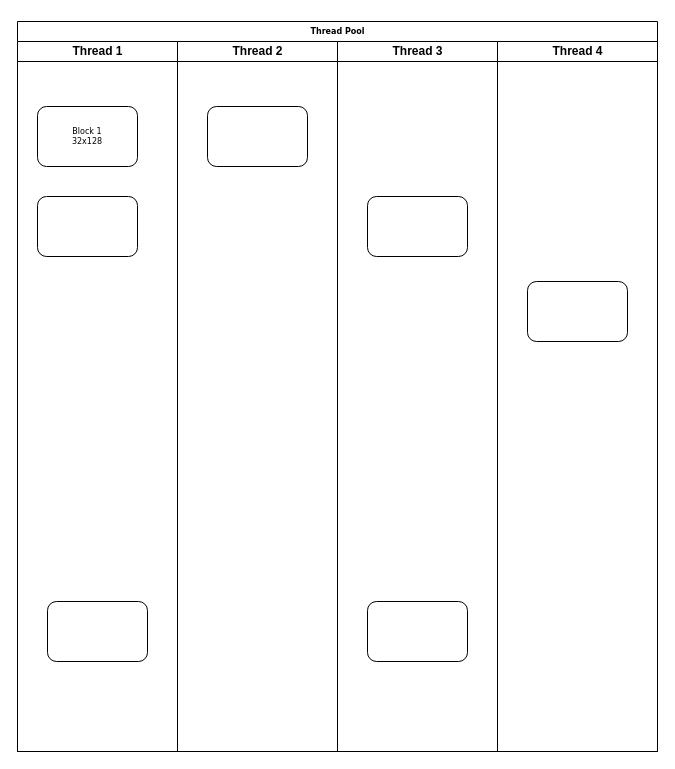
Above: img/未命名绘图.drawio in lxambulance/cloudimg (draw.io), before the change. Source tidied: cells renumbered, new cells numbered last; positions are measured from the earlier drawing's top-left corner, leaving out a move shared by most shapes. Both pictures are drawn from the tidied source at 100%, with x=0, y=0 at pixel (17, 21).
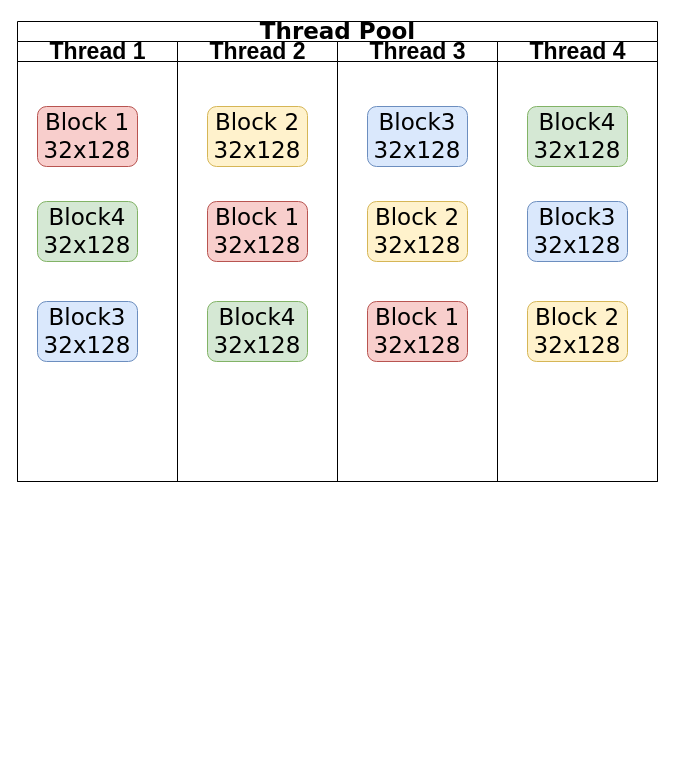
The same page after the edit.

Commit message (it also covers changes not shown here):
更新未命名绘图.drawio

The edit, as a diff of the source:
```diff
@@
-    <mxCell id="2" value="Thread Pool" style="swimlane;html=1;startSize=20;rounded=0;shadow=0;labelBackgroundColor=none;strokeWidth=1;fontFamily=Verdana;fontSize=8;align=center;" parent="1" vertex="1">
-      <mxGeometry width="640" height="730" as="geometry" />
+    <mxCell id="2" value="Thread Pool" style="swimlane;html=1;startSize=20;rounded=0;shadow=0;labelBackgroundColor=none;strokeWidth=1;fontFamily=Verdana;fontSize=23;align=center;" parent="1" vertex="1">
+      <mxGeometry width="640" height="460" as="geometry" />
     </mxCell>
-    <mxCell id="3" value="Thread 1" style="swimlane;html=1;startSize=20;" parent="2" vertex="1">
-      <mxGeometry y="20" width="160" height="710" as="geometry" />
+    <mxCell id="3" value="Thread 1" style="swimlane;html=1;startSize=20;fontSize=23;" parent="2" vertex="1">
+      <mxGeometry y="20" width="160" height="440" as="geometry" />
     </mxCell>
-    <mxCell id="4" value="Block 1&lt;div&gt;32x128&lt;/div&gt;" style="rounded=1;whiteSpace=wrap;html=1;shadow=0;labelBackgroundColor=none;strokeWidth=1;fontFamily=Verdana;fontSize=8;align=center;" parent="3" vertex="1">
+    <mxCell id="4" value="Block 1&lt;div&gt;32x128&lt;/div&gt;" style="rounded=1;whiteSpace=wrap;html=1;shadow=0;labelBackgroundColor=none;strokeWidth=1;fontFamily=Verdana;fontSize=23;align=center;fillColor=#f8cecc;strokeColor=#b85450;" parent="3" vertex="1">
       <mxGeometry x="20" y="65" width="100" height="60" as="geometry" />
     </mxCell>
-    <mxCell id="5" style="rounded=1;whiteSpace=wrap;html=1;shadow=0;labelBackgroundColor=none;strokeWidth=1;fontFamily=Verdana;fontSize=8;align=center;" parent="3" vertex="1">
-      <mxGeometry x="20" y="155" width="100" height="60" as="geometry" />
-    </mxCell>
-    <mxCell id="6" style="rounded=1;whiteSpace=wrap;html=1;shadow=0;labelBackgroundColor=none;strokeWidth=1;fontFamily=Verdana;fontSize=8;align=center;" parent="3" vertex="1">
-      <mxGeometry x="30" y="560" width="100" height="60" as="geometry" />
-    </mxCell>
+    <mxCell id="15" value="Block4&lt;div&gt;&lt;span style=&quot;background-color: initial;&quot;&gt;32x128&lt;/span&gt;&lt;/div&gt;" style="rounded=1;whiteSpace=wrap;html=1;shadow=0;labelBackgroundColor=none;strokeWidth=1;fontFamily=Verdana;fontSize=23;align=center;fillColor=#d5e8d4;strokeColor=#82b366;" parent="3" vertex="1">
+      <mxGeometry x="20" y="160" width="100" height="60" as="geometry" />
+    </mxCell>
+    <mxCell id="16" value="Block3&lt;div&gt;&lt;span style=&quot;background-color: initial;&quot;&gt;32x128&lt;/span&gt;&lt;/div&gt;" style="rounded=1;whiteSpace=wrap;html=1;shadow=0;labelBackgroundColor=none;strokeWidth=1;fontFamily=Verdana;fontSize=23;align=center;fillColor=#dae8fc;strokeColor=#6c8ebf;" parent="3" vertex="1">
+      <mxGeometry x="20" y="260" width="100" height="60" as="geometry" />
+    </mxCell>
@@
-    <mxCell id="8" value="Thread 2" style="swimlane;html=1;startSize=20;" parent="2" vertex="1">
-      <mxGeometry x="160" y="20" width="160" height="710" as="geometry" />
+    <mxCell id="8" value="Thread 2" style="swimlane;html=1;startSize=20;fontSize=23;" parent="2" vertex="1">
+      <mxGeometry x="160" y="20" width="160" height="440" as="geometry" />
     </mxCell>
-    <mxCell id="9" style="rounded=1;whiteSpace=wrap;html=1;shadow=0;labelBackgroundColor=none;strokeWidth=1;fontFamily=Verdana;fontSize=8;align=center;" parent="8" vertex="1">
+    <mxCell id="9" value="Block 2&lt;div&gt;32x128&lt;/div&gt;" style="rounded=1;whiteSpace=wrap;html=1;shadow=0;labelBackgroundColor=none;strokeWidth=1;fontFamily=Verdana;fontSize=23;align=center;fillColor=#fff2cc;strokeColor=#d6b656;" parent="8" vertex="1">
       <mxGeometry x="30" y="65" width="100" height="60" as="geometry" />
     </mxCell>
+    <mxCell id="17" value="Block 1&lt;div&gt;32x128&lt;/div&gt;" style="rounded=1;whiteSpace=wrap;html=1;shadow=0;labelBackgroundColor=none;strokeWidth=1;fontFamily=Verdana;fontSize=23;align=center;fillColor=#f8cecc;strokeColor=#b85450;" parent="8" vertex="1">
+      <mxGeometry x="30" y="160" width="100" height="60" as="geometry" />
+    </mxCell>
+    <mxCell id="18" value="Block4&lt;div&gt;&lt;span style=&quot;background-color: initial;&quot;&gt;32x128&lt;/span&gt;&lt;/div&gt;" style="rounded=1;whiteSpace=wrap;html=1;shadow=0;labelBackgroundColor=none;strokeWidth=1;fontFamily=Verdana;fontSize=23;align=center;fillColor=#d5e8d4;strokeColor=#82b366;" parent="8" vertex="1">
+      <mxGeometry x="30" y="260" width="100" height="60" as="geometry" />
+    </mxCell>
-    <mxCell id="10" value="Thread 3" style="swimlane;html=1;startSize=20;" parent="2" vertex="1">
-      <mxGeometry x="320" y="20" width="160" height="710" as="geometry" />
+    <mxCell id="10" value="Thread 3" style="swimlane;html=1;startSize=20;fontSize=23;" parent="2" vertex="1">
+      <mxGeometry x="320" y="20" width="160" height="440" as="geometry" />
     </mxCell>
-    <mxCell id="11" style="rounded=1;whiteSpace=wrap;html=1;shadow=0;labelBackgroundColor=none;strokeWidth=1;fontFamily=Verdana;fontSize=8;align=center;" parent="10" vertex="1">
-      <mxGeometry x="30" y="155" width="100" height="60" as="geometry" />
+    <mxCell id="11" value="Block3&lt;div&gt;&lt;span style=&quot;background-color: initial;&quot;&gt;32x128&lt;/span&gt;&lt;/div&gt;" style="rounded=1;whiteSpace=wrap;html=1;shadow=0;labelBackgroundColor=none;strokeWidth=1;fontFamily=Verdana;fontSize=23;align=center;fillColor=#dae8fc;strokeColor=#6c8ebf;" parent="10" vertex="1">
+      <mxGeometry x="30" y="65" width="100" height="60" as="geometry" />
     </mxCell>
-    <mxCell id="12" style="rounded=1;whiteSpace=wrap;html=1;shadow=0;labelBackgroundColor=none;strokeWidth=1;fontFamily=Verdana;fontSize=8;align=center;" parent="10" vertex="1">
-      <mxGeometry x="30" y="560" width="100" height="60" as="geometry" />
-    </mxCell>
+    <mxCell id="19" value="Block 2&lt;div&gt;32x128&lt;/div&gt;" style="rounded=1;whiteSpace=wrap;html=1;shadow=0;labelBackgroundColor=none;strokeWidth=1;fontFamily=Verdana;fontSize=23;align=center;fillColor=#fff2cc;strokeColor=#d6b656;" parent="10" vertex="1">
+      <mxGeometry x="30" y="160" width="100" height="60" as="geometry" />
+    </mxCell>
+    <mxCell id="20" value="Block 1&lt;div&gt;32x128&lt;/div&gt;" style="rounded=1;whiteSpace=wrap;html=1;shadow=0;labelBackgroundColor=none;strokeWidth=1;fontFamily=Verdana;fontSize=23;align=center;fillColor=#f8cecc;strokeColor=#b85450;" parent="10" vertex="1">
+      <mxGeometry x="30" y="260" width="100" height="60" as="geometry" />
+    </mxCell>
-    <mxCell id="13" value="Thread 4" style="swimlane;html=1;startSize=20;" parent="2" vertex="1">
-      <mxGeometry x="480" y="20" width="160" height="710" as="geometry" />
+    <mxCell id="13" value="Thread 4" style="swimlane;html=1;startSize=20;fontSize=23;" parent="2" vertex="1">
+      <mxGeometry x="480" y="20" width="160" height="440" as="geometry" />
     </mxCell>
-    <mxCell id="14" style="rounded=1;whiteSpace=wrap;html=1;shadow=0;labelBackgroundColor=none;strokeWidth=1;fontFamily=Verdana;fontSize=8;align=center;" parent="13" vertex="1">
-      <mxGeometry x="30" y="240" width="100" height="60" as="geometry" />
+    <mxCell id="14" value="Block4&lt;div&gt;&lt;span style=&quot;background-color: initial;&quot;&gt;32x128&lt;/span&gt;&lt;/div&gt;" style="rounded=1;whiteSpace=wrap;html=1;shadow=0;labelBackgroundColor=none;strokeWidth=1;fontFamily=Verdana;fontSize=23;align=center;fillColor=#d5e8d4;strokeColor=#82b366;" parent="13" vertex="1">
+      <mxGeometry x="30" y="65" width="100" height="60" as="geometry" />
     </mxCell>
+    <mxCell id="21" value="Block3&lt;div&gt;&lt;span style=&quot;background-color: initial;&quot;&gt;32x128&lt;/span&gt;&lt;/div&gt;" style="rounded=1;whiteSpace=wrap;html=1;shadow=0;labelBackgroundColor=none;strokeWidth=1;fontFamily=Verdana;fontSize=23;align=center;fillColor=#dae8fc;strokeColor=#6c8ebf;" parent="13" vertex="1">
+      <mxGeometry x="30" y="160" width="100" height="60" as="geometry" />
+    </mxCell>
+    <mxCell id="22" value="Block 2&lt;div&gt;32x128&lt;/div&gt;" style="rounded=1;whiteSpace=wrap;html=1;shadow=0;labelBackgroundColor=none;strokeWidth=1;fontFamily=Verdana;fontSize=23;align=center;fillColor=#fff2cc;strokeColor=#d6b656;" parent="13" vertex="1">
+      <mxGeometry x="30" y="260" width="100" height="60" as="geometry" />
+    </mxCell>
```
